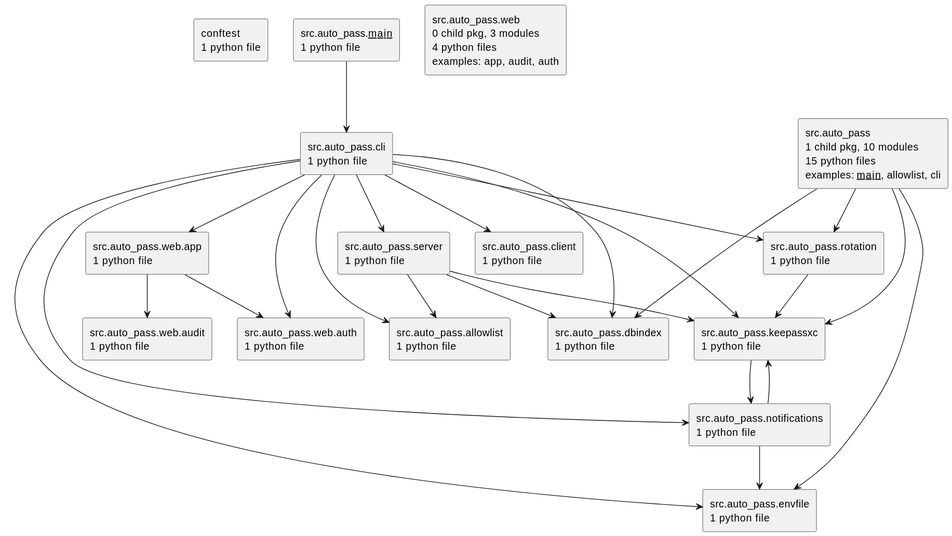
casonk/auto-pass keeps this PlantUML diagram as docs/diagrams/python-packages.puml.svg. Above is the earlier version.
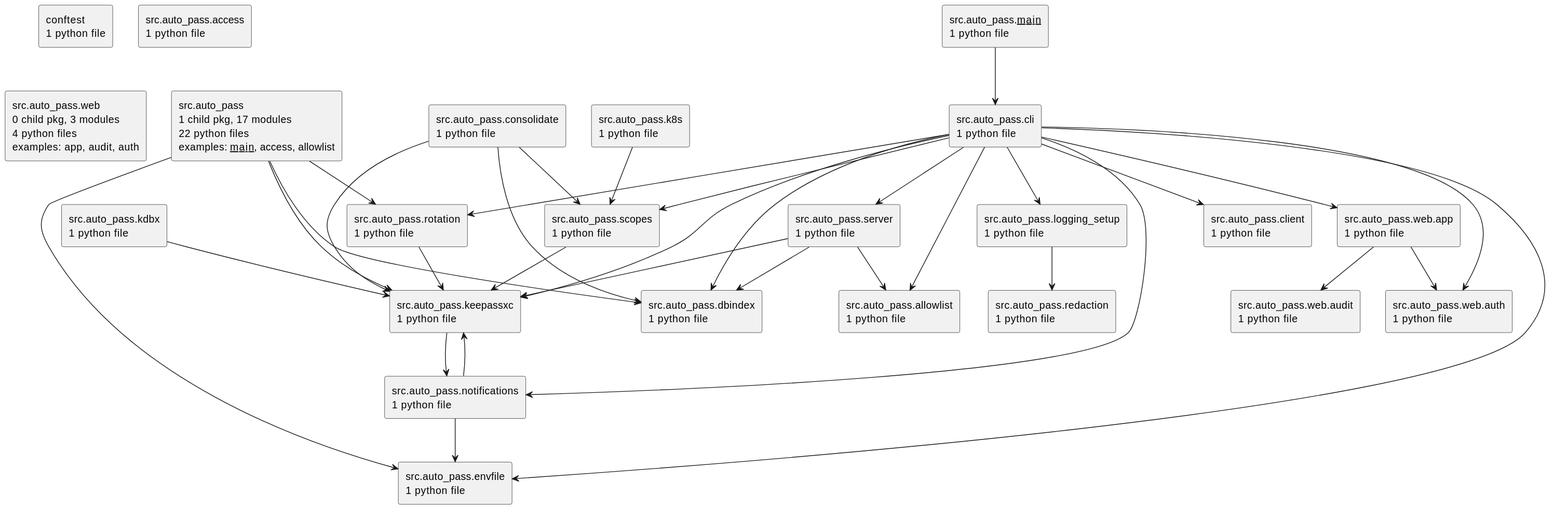
After the commit.

Change to the diagram source:
```diff
@@ -3,16 +3,23 @@
 top to bottom direction
 skinparam componentStyle rectangle
 rectangle "conftest\n1 python file" as conftest
-rectangle "src.auto_pass\n1 child pkg, 10 modules\n15 python files\nexamples: __main__, allowlist, cli" as src.auto_pass
+rectangle "src.auto_pass\n1 child pkg, 17 modules\n22 python files\nexamples: __main__, access, allowlist" as src.auto_pass
 rectangle "src.auto_pass.__main__\n1 python file" as src.auto_pass.__main__
+rectangle "src.auto_pass.access\n1 python file" as src.auto_pass.access
 rectangle "src.auto_pass.allowlist\n1 python file" as src.auto_pass.allowlist
 rectangle "src.auto_pass.cli\n1 python file" as src.auto_pass.cli
 rectangle "src.auto_pass.client\n1 python file" as src.auto_pass.client
+rectangle "src.auto_pass.consolidate\n1 python file" as src.auto_pass.consolidate
 rectangle "src.auto_pass.dbindex\n1 python file" as src.auto_pass.dbindex
 rectangle "src.auto_pass.envfile\n1 python file" as src.auto_pass.envfile
+rectangle "src.auto_pass.k8s\n1 python file" as src.auto_pass.k8s
+rectangle "src.auto_pass.kdbx\n1 python file" as src.auto_pass.kdbx
 rectangle "src.auto_pass.keepassxc\n1 python file" as src.auto_pass.keepassxc
+rectangle "src.auto_pass.logging_setup\n1 python file" as src.auto_pass.logging_setup
 rectangle "src.auto_pass.notifications\n1 python file" as src.auto_pass.notifications
+rectangle "src.auto_pass.redaction\n1 python file" as src.auto_pass.redaction
 rectangle "src.auto_pass.rotation\n1 python file" as src.auto_pass.rotation
+rectangle "src.auto_pass.scopes\n1 python file" as src.auto_pass.scopes
 rectangle "src.auto_pass.server\n1 python file" as src.auto_pass.server
 rectangle "src.auto_pass.web\n0 child pkg, 3 modules\n4 python files\nexamples: app, audit, auth" as src.auto_pass.web
 rectangle "src.auto_pass.web.app\n1 python file" as src.auto_pass.web.app
@@ -28,15 +35,24 @@
 src.auto_pass.cli --> src.auto_pass.dbindex
 src.auto_pass.cli --> src.auto_pass.envfile
 src.auto_pass.cli --> src.auto_pass.keepassxc
+src.auto_pass.cli --> src.auto_pass.logging_setup
 src.auto_pass.cli --> src.auto_pass.notifications
 src.auto_pass.cli --> src.auto_pass.rotation
+src.auto_pass.cli --> src.auto_pass.scopes
 src.auto_pass.cli --> src.auto_pass.server
 src.auto_pass.cli --> src.auto_pass.web.app
 src.auto_pass.cli --> src.auto_pass.web.auth
+src.auto_pass.consolidate --> src.auto_pass.dbindex
+src.auto_pass.consolidate --> src.auto_pass.keepassxc
+src.auto_pass.consolidate --> src.auto_pass.scopes
+src.auto_pass.k8s --> src.auto_pass.scopes
+src.auto_pass.kdbx --> src.auto_pass.keepassxc
 src.auto_pass.keepassxc --> src.auto_pass.notifications
+src.auto_pass.logging_setup --> src.auto_pass.redaction
 src.auto_pass.notifications --> src.auto_pass.envfile
 src.auto_pass.notifications --> src.auto_pass.keepassxc
 src.auto_pass.rotation --> src.auto_pass.keepassxc
+src.auto_pass.scopes --> src.auto_pass.keepassxc
 src.auto_pass.server --> src.auto_pass.allowlist
 src.auto_pass.server --> src.auto_pass.dbindex
 src.auto_pass.server --> src.auto_pass.keepassxc
```
